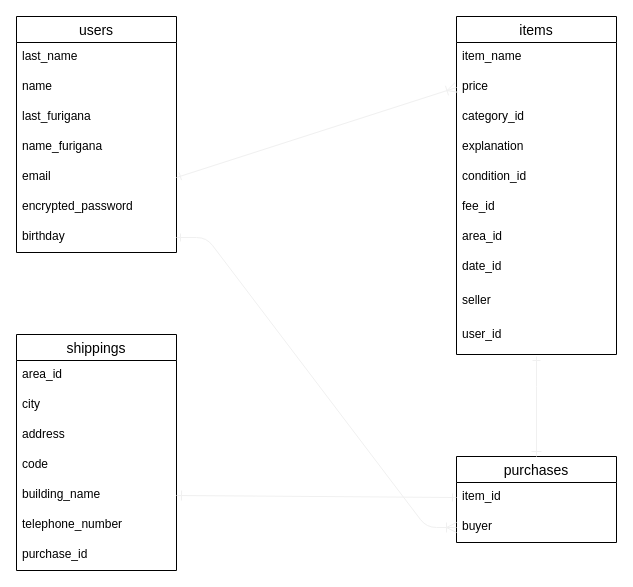
Above: config/furima.dio in halty0330/furima-35914 (draw.io), before the change. Source tidied: cells renumbered, new cells numbered last; positions are measured from the earlier drawing's top-left corner, leaving out a move shared by most shapes. Both pictures are drawn from the tidied source at 100%, with x=0, y=0 at pixel (16, 16).
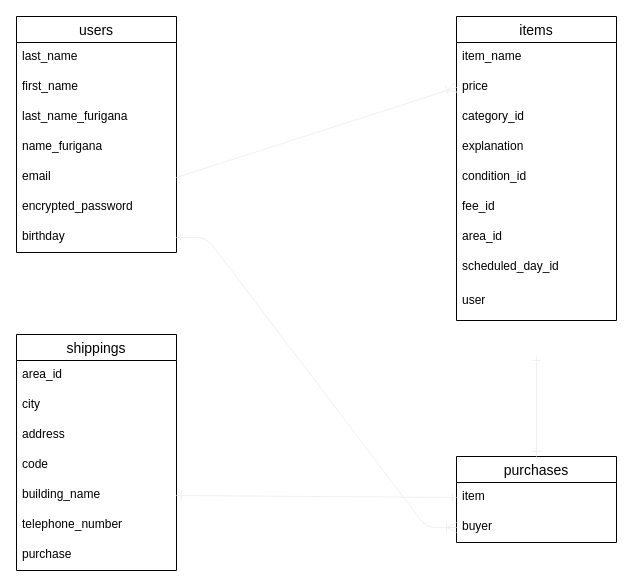
Above is the later version.

Unchanged cells that the change refers to:
```xml
<mxCell id="2" value="users" style="swimlane;fontStyle=0;horizontal=1;startSize=26;align=center;fontSize=14;" parent="1" vertex="1">
  <mxGeometry width="160" height="236" as="geometry" />
</mxCell>
<mxCell id="10" value="shippings" style="swimlane;fontStyle=0;horizontal=1;startSize=26;align=center;fontSize=14;" parent="1" vertex="1">
  <mxGeometry y="318" width="160" height="236" as="geometry" />
</mxCell>
<mxCell id="29" value="purchases" style="swimlane;fontStyle=0;horizontal=1;startSize=26;align=center;fontSize=14;" parent="1" vertex="1">
  <mxGeometry x="440" y="440" width="160" height="86" as="geometry" />
</mxCell>
```

The edit, as a diff of the source:
```diff
@@
-    <mxCell id="4" value="name" style="text;strokeColor=none;fillColor=none;spacingLeft=4;spacingRight=4;overflow=hidden;fontSize=12;" parent="2" vertex="1">
+    <mxCell id="4" value="first_name" style="text;strokeColor=none;fillColor=none;spacingLeft=4;spacingRight=4;overflow=hidden;fontSize=12;" parent="2" vertex="1">
       <mxGeometry y="56" width="160" height="30" as="geometry" />
     </mxCell>
-    <mxCell id="5" value="last_furigana" style="text;strokeColor=none;fillColor=none;spacingLeft=4;spacingRight=4;overflow=hidden;fontSize=12;" parent="2" vertex="1">
+    <mxCell id="5" value="last_name_furigana" style="text;strokeColor=none;fillColor=none;spacingLeft=4;spacingRight=4;overflow=hidden;fontSize=12;" parent="2" vertex="1">
       <mxGeometry y="86" width="160" height="30" as="geometry" />
     </mxCell>
@@
-    <mxCell id="17" value="purchase_id" style="text;strokeColor=none;fillColor=none;spacingLeft=4;spacingRight=4;overflow=hidden;fontSize=12;" parent="10" vertex="1">
+    <mxCell id="17" value="purchase" style="text;strokeColor=none;fillColor=none;spacingLeft=4;spacingRight=4;overflow=hidden;fontSize=12;" parent="10" vertex="1">
       <mxGeometry y="206" width="160" height="30" as="geometry" />
     </mxCell>
     <mxCell id="18" value="items" style="swimlane;fontStyle=0;horizontal=1;startSize=26;align=center;fontSize=14;" parent="1" vertex="1">
-      <mxGeometry x="440" width="160" height="338" as="geometry" />
+      <mxGeometry x="440" width="160" height="304" as="geometry" />
     </mxCell>
@@
-    <mxCell id="26" value="date_id" style="text;strokeColor=none;fillColor=none;spacingLeft=4;spacingRight=4;overflow=hidden;fontSize=12;" parent="18" vertex="1">
+    <mxCell id="26" value="scheduled_day_id" style="text;strokeColor=none;fillColor=none;spacingLeft=4;spacingRight=4;overflow=hidden;fontSize=12;" parent="18" vertex="1">
       <mxGeometry y="236" width="160" height="34" as="geometry" />
     </mxCell>
-    <mxCell id="27" value="seller" style="text;strokeColor=none;fillColor=none;spacingLeft=4;spacingRight=4;overflow=hidden;fontSize=12;" parent="18" vertex="1">
-      <mxGeometry y="270" width="160" height="34" as="geometry" />
-    </mxCell>
-    <mxCell id="28" value="user_id" style="text;strokeColor=none;fillColor=none;spacingLeft=4;spacingRight=4;overflow=hidden;fontSize=12;" parent="18" vertex="1">
-      <mxGeometry y="304" width="160" height="34" as="geometry" />
+    <mxCell id="28" value="user" style="text;strokeColor=none;fillColor=none;spacingLeft=4;spacingRight=4;overflow=hidden;fontSize=12;" parent="18" vertex="1">
+      <mxGeometry y="270" width="160" height="34" as="geometry" />
     </mxCell>
@@
-    <mxCell id="30" value="item_id" style="text;strokeColor=none;fillColor=none;spacingLeft=4;spacingRight=4;overflow=hidden;points=[[0,0.5],[1,0.5]];portConstraint=eastwest;fontSize=12;" parent="29" vertex="1">
+    <mxCell id="30" value="item" style="text;strokeColor=none;fillColor=none;spacingLeft=4;spacingRight=4;overflow=hidden;points=[[0,0.5],[1,0.5]];portConstraint=eastwest;fontSize=12;" parent="29" vertex="1">
       <mxGeometry y="26" width="160" height="30" as="geometry" />
     </mxCell>
```
